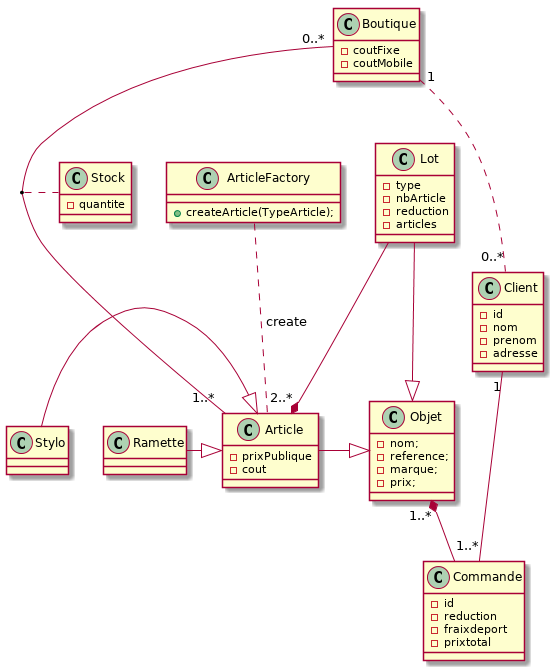
This is doc/class.png from Yoanr/GestionBoutique, a PlantUML export, as it was before one commit.
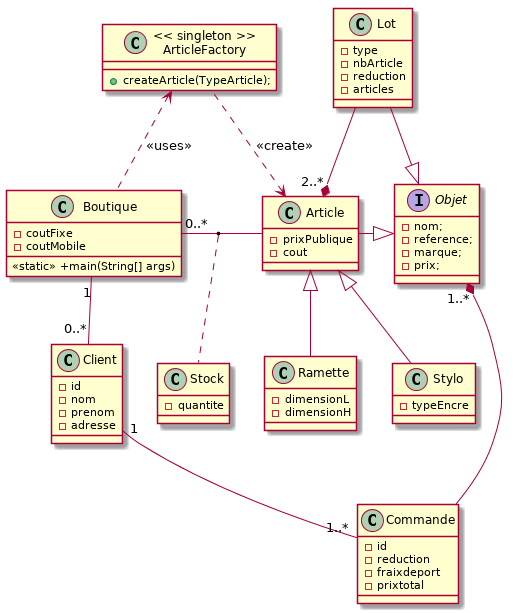
Later version of the same file.

Commit message:
diag amelioration

Diff of the diagram source:
```diff
@@ -24,6 +24,7 @@
 class Boutique{
 -coutFixe
 -coutMobile
+<<static>> +main(String[] args)
 }
 
 class Lot{
@@ -32,7 +33,7 @@
 -reduction
 -articles
 }
-class Objet{
+interface Objet{
 -nom;
 -reference;
 -marque;
@@ -40,12 +41,15 @@
 }
 
 class Stylo{
+-typeEncre
 }
 
 class Ramette{
+-dimensionL
+-dimensionH
 }
 
-class ArticleFactory{
+class "<< singleton >>\nArticleFactory"{
 +createArticle(TypeArticle);
 }
 
@@ -54,16 +58,20 @@
 -quantite
 }
 
+
+
 Client "1" -- "1..*" Commande
 Article -|> Objet
 Lot -|> Objet
 Lot --* "2..*" Article
-Stylo -|> Article
-Ramette -|> Article
+Stylo -up-|> Article
+Ramette -up-|> Article
 Objet "1..*" *-- Commande
-Boutique "1" .. "0..*" Client
-ArticleFactory .. Article : "create"
+Boutique "1" -- "0..*" Client
+"<< singleton >>\nArticleFactory" .up.> Article : "<< create >>"
 
-Boutique "0..*" -- "1..*" Article
+Boutique "0..*" -right-  Article
 (Boutique, Article) .. Stock
+Boutique .up.> "<< singleton >>\nArticleFactory" : "<< uses >>"
+
 @enduml
```
